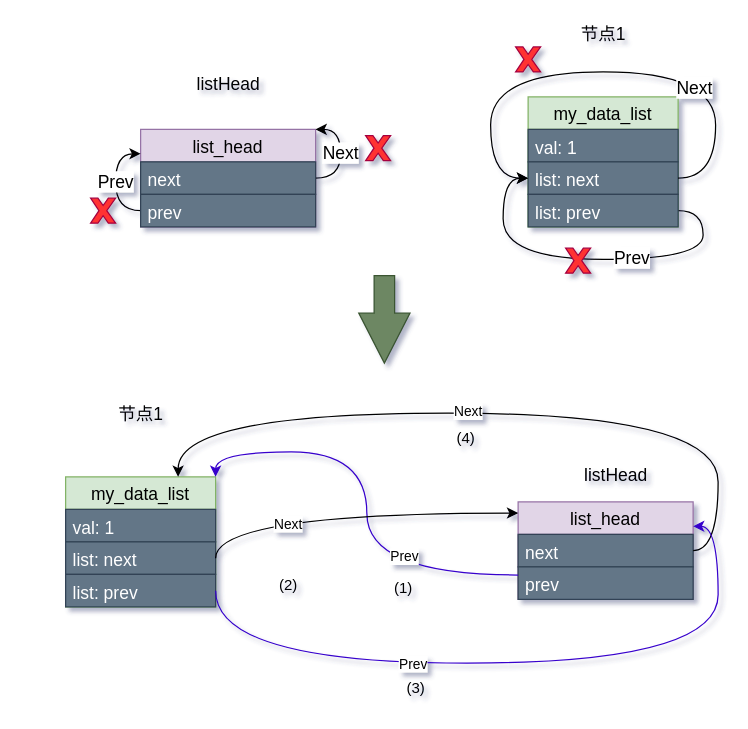
Earlier version of the draw.io diagram 07 内核链表插入3.drawio (Vinson-001/Blog-flow-chart). Source tidied: cells renumbered, new cells numbered last; positions are measured from the earlier drawing's top-left corner, leaving out a move shared by most shapes. Both pictures are drawn from the tidied source at 125%, with x=0, y=0 at pixel (65, 21).
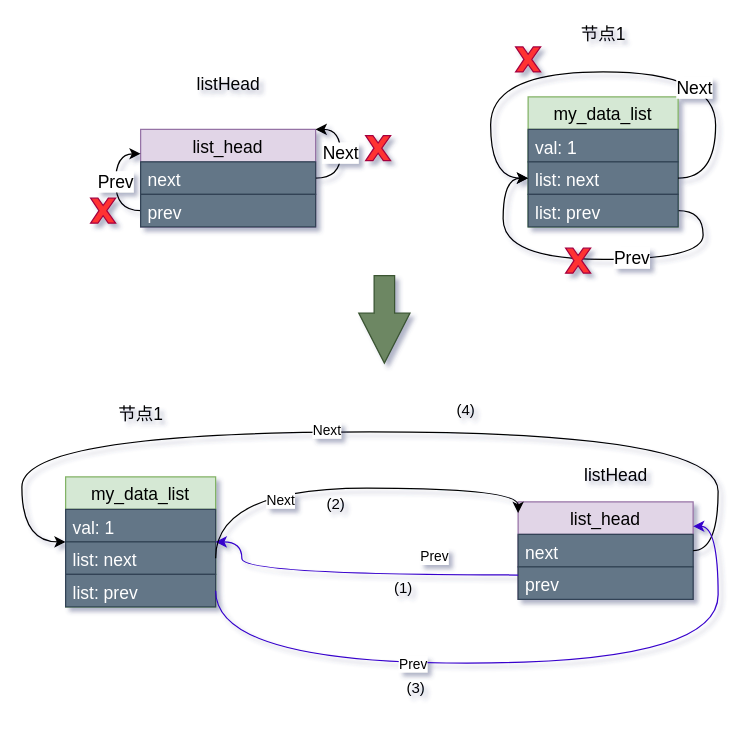
The same page after the edit.

Commit message (it also covers changes not shown here):
更新07 内核链表插入3.drawio

The change refers to these unchanged cells:
```xml
<mxCell id="25" value="my_data_list" style="swimlane;fontStyle=0;horizontal=1;startSize=26;fillColor=#d5e8d4;fontSize=14;strokeColor=#82b366;" parent="24" vertex="1">
  <mxGeometry y="60" width="120" height="104" as="geometry" />
</mxCell>
<mxCell id="27" value="list: next" style="text;strokeColor=#314354;fillColor=#647687;align=left;verticalAlign=top;spacingLeft=4;spacingRight=4;overflow=hidden;points=[[0,0.5],[1,0.5]];portConstraint=eastwest;fontColor=#ffffff;fontSize=14;" parent="25" vertex="1">
  <mxGeometry y="52" width="120" height="26" as="geometry" />
</mxCell>
<mxCell id="31" value="list_head" style="swimlane;fontStyle=0;horizontal=1;startSize=26;fillColor=#e1d5e7;fontSize=14;strokeColor=#9673a6;" parent="30" vertex="1">
  <mxGeometry x="-8" y="31" width="140" height="78" as="geometry" />
</mxCell>
```

The edit, as a diff of the source:
```diff
@@
-    <mxCell id="35" style="edgeStyle=orthogonalEdgeStyle;curved=1;rounded=0;jettySize=auto;html=1;exitX=0;exitY=0.75;exitDx=0;exitDy=0;entryX=1;entryY=0;entryDx=0;entryDy=0;fillColor=#6a00ff;strokeColor=#3700CC;" parent="1" edge="1" source="31" target="25">
-      <mxGeometry relative="1" as="geometry" />
+    <mxCell id="35" style="edgeStyle=orthogonalEdgeStyle;curved=1;rounded=0;jettySize=auto;html=1;exitX=0;exitY=0.75;exitDx=0;exitDy=0;entryX=1;entryY=0.5;entryDx=0;entryDy=0;fillColor=#6a00ff;strokeColor=#3700CC;" parent="1" edge="1" source="31" target="25">
+      <mxGeometry relative="1" as="geometry">
+        <Array as="points">
+          <mxPoint x="141" y="443" />
+          <mxPoint x="141" y="416" />
+        </Array>
+      </mxGeometry>
     </mxCell>
@@
     <mxCell id="38" value="(2)" style="text;html=1;align=center;verticalAlign=middle;" parent="1" vertex="1">
-      <mxGeometry x="163" y="441" width="30" height="20" as="geometry" />
+      <mxGeometry x="201" y="376" width="30" height="20" as="geometry" />
     </mxCell>
     <mxCell id="39" style="edgeStyle=orthogonalEdgeStyle;curved=1;rounded=0;jettySize=auto;html=1;exitX=1;exitY=0.5;exitDx=0;exitDy=0;entryX=0;entryY=0.115;entryDx=0;entryDy=0;entryPerimeter=0;" parent="1" edge="1" source="27" target="31">
       <mxGeometry relative="1" as="geometry">
         <Array as="points">
-          <mxPoint x="120" y="393" />
+          <mxPoint x="120" y="373" />
+          <mxPoint x="362" y="373" />
         </Array>
       </mxGeometry>
     </mxCell>
@@
-    <mxCell id="41" style="edgeStyle=orthogonalEdgeStyle;curved=1;rounded=0;jettySize=auto;html=1;exitX=1;exitY=0.5;exitDx=0;exitDy=0;entryX=0.75;entryY=0;entryDx=0;entryDy=0;" parent="1" edge="1" source="31" target="25">
+    <mxCell id="41" style="edgeStyle=orthogonalEdgeStyle;curved=1;rounded=0;jettySize=auto;html=1;exitX=1;exitY=0.5;exitDx=0;exitDy=0;entryX=0;entryY=0.5;entryDx=0;entryDy=0;" parent="1" edge="1" source="31" target="25">
       <mxGeometry relative="1" as="geometry">
         <Array as="points">
           <mxPoint x="522" y="423" />
-          <mxPoint x="522" y="313" />
-          <mxPoint x="90" y="313" />
+          <mxPoint x="522" y="328" />
+          <mxPoint x="-35" y="328" />
+          <mxPoint x="-35" y="416" />
         </Array>
       </mxGeometry>
     </mxCell>
@@
     <mxCell id="46" value="(4)" style="text;html=1;align=center;verticalAlign=middle;" parent="1" vertex="1">
-      <mxGeometry x="305" y="323" width="30" height="20" as="geometry" />
+      <mxGeometry x="305" y="301" width="30" height="20" as="geometry" />
     </mxCell>
```
